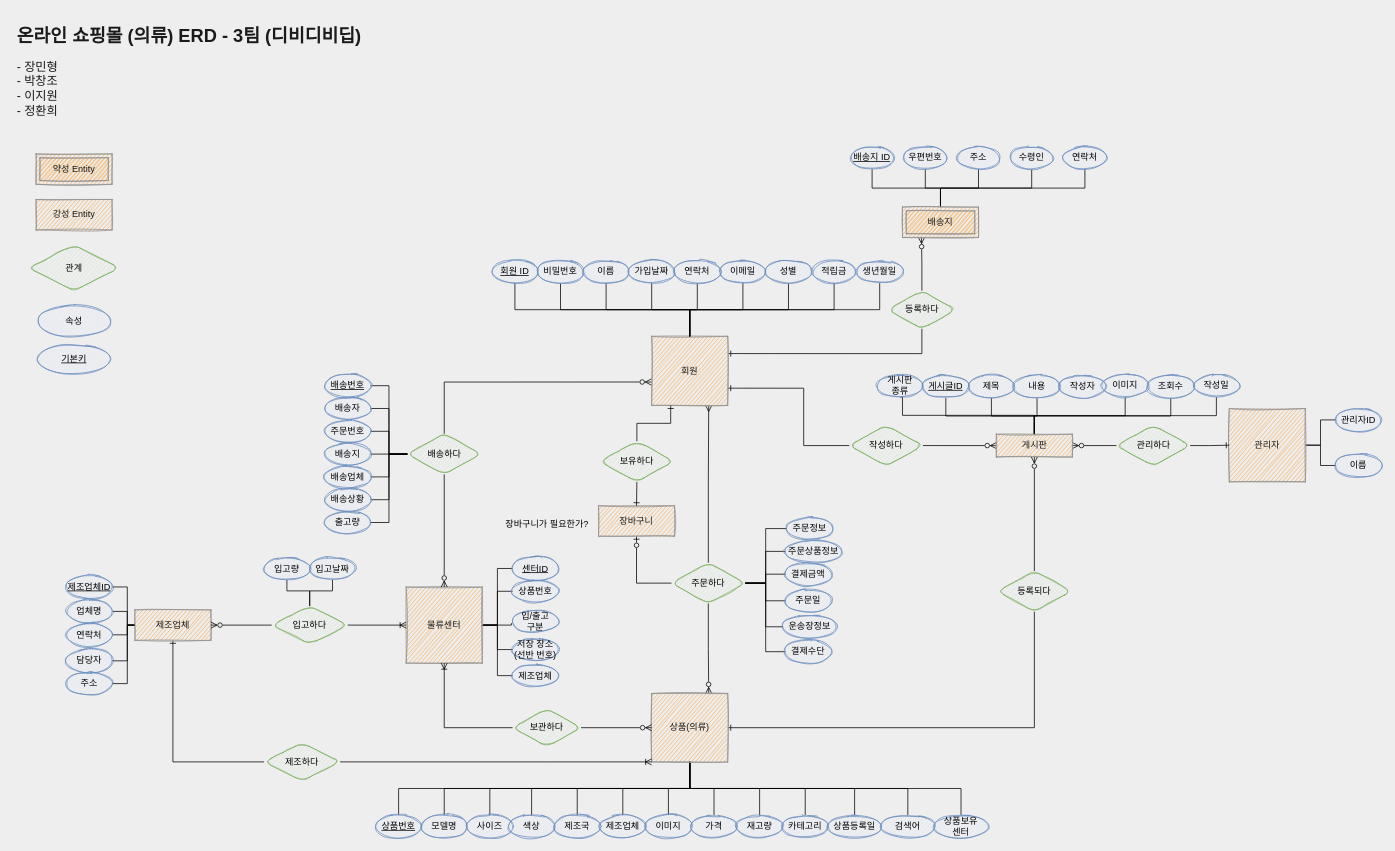
The draw.io diagram page "새로만든ER" (3 of 3) of Untitled Diagram.drawio in pcjo1202/DataBase-design, before the edit. Source tidied: cells renumbered, new cells numbered last; positions are measured from the earlier drawing's top-left corner, leaving out a move shared by most shapes. Both pictures are drawn from the tidied source at 76%, with x=0, y=0 at pixel (13, 21).
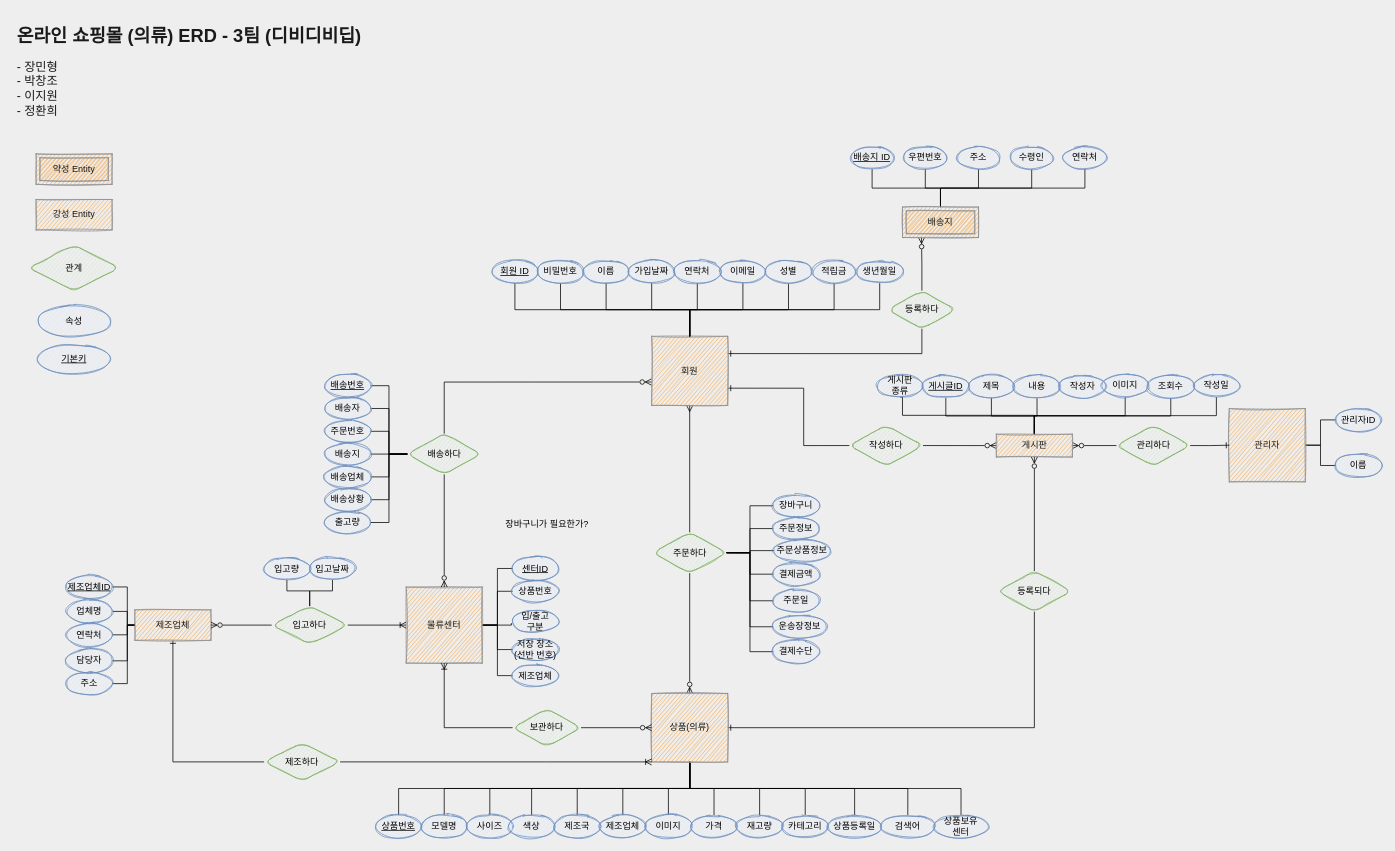
The same diagram, later.

Unchanged cells that the change refers to:
```xml
<mxCell id="29" value="회원" style="whiteSpace=wrap;html=1;align=center;rounded=0;sketch=1;fontColor=#1A1A1A;strokeColor=#909090;fillColor=#F5AB50;" parent="1" vertex="1">
  <mxGeometry x="840" y="415" width="100" height="91" as="geometry" />
</mxCell>
<mxCell id="44" value="상품(의류)" style="whiteSpace=wrap;html=1;align=center;rounded=0;sketch=1;fontColor=#1A1A1A;strokeColor=#909090;fillColor=#F5AB50;direction=west;" parent="1" vertex="1">
  <mxGeometry x="840" y="885" width="100" height="90" as="geometry" />
</mxCell>
```

Change to the diagram source:
```diff
@@
+    <mxCell id="8" style="edgeStyle=orthogonalEdgeStyle;rounded=0;jettySize=auto;html=1;exitX=0.5;exitY=0;exitDx=0;exitDy=0;entryX=0.5;entryY=1;entryDx=0;entryDy=0;endArrow=ERmany;endFill=0;" parent="1" edge="1" source="12" target="29">
+      <mxGeometry relative="1" as="geometry" />
+    </mxCell>
+    <mxCell id="9" style="edgeStyle=orthogonalEdgeStyle;rounded=0;jettySize=auto;html=1;exitX=0.5;exitY=1;exitDx=0;exitDy=0;endArrow=ERzeroToMany;endFill=0;" parent="1" edge="1" source="12" target="44">
+      <mxGeometry relative="1" as="geometry" />
+    </mxCell>
+    <mxCell id="10" style="edgeStyle=orthogonalEdgeStyle;rounded=0;jettySize=auto;html=1;exitX=1;exitY=0.5;exitDx=0;exitDy=0;entryX=0;entryY=0.5;entryDx=0;entryDy=0;endArrow=none;endFill=0;" parent="1" edge="1" source="12" target="140">
+      <mxGeometry relative="1" as="geometry" />
+    </mxCell>
-    <mxCell id="3" style="edgeStyle=orthogonalEdgeStyle;jettySize=auto;html=1;exitX=1;exitY=0.5;exitDx=0;exitDy=0;entryX=0;entryY=0.5;entryDx=0;entryDy=0;endArrow=none;endFill=0;rounded=0;" parent="1" edge="1" source="12" target="122">
-      <mxGeometry relative="1" as="geometry">
-        <Array as="points">
-          <mxPoint x="990" y="740" />
-          <mxPoint x="990" y="668" />
-        </Array>
-      </mxGeometry>
+    <mxCell id="3" style="edgeStyle=orthogonalEdgeStyle;rounded=0;jettySize=auto;html=1;exitX=1;exitY=0.5;exitDx=0;exitDy=0;entryX=0;entryY=0.5;entryDx=0;entryDy=0;endArrow=none;endFill=0;" parent="1" edge="1" source="12" target="122">
+      <mxGeometry relative="1" as="geometry" />
     </mxCell>
-    <mxCell id="4" style="edgeStyle=orthogonalEdgeStyle;jettySize=auto;html=1;exitX=1;exitY=0.5;exitDx=0;exitDy=0;entryX=0;entryY=0.5;entryDx=0;entryDy=0;endArrow=none;endFill=0;rounded=0;" parent="1" edge="1" source="12" target="124">
-      <mxGeometry relative="1" as="geometry">
-        <Array as="points">
-          <mxPoint x="990" y="740" />
-          <mxPoint x="990" y="728" />
-        </Array>
-      </mxGeometry>
+    <mxCell id="4" style="edgeStyle=orthogonalEdgeStyle;rounded=0;jettySize=auto;html=1;exitX=1;exitY=0.5;exitDx=0;exitDy=0;entryX=0;entryY=0.5;entryDx=0;entryDy=0;endArrow=none;endFill=0;" parent="1" edge="1" source="12" target="124">
+      <mxGeometry relative="1" as="geometry" />
     </mxCell>
-    <mxCell id="5" style="edgeStyle=orthogonalEdgeStyle;jettySize=auto;html=1;exitX=1;exitY=0.5;exitDx=0;exitDy=0;entryX=0;entryY=0.5;entryDx=0;entryDy=0;endArrow=none;endFill=0;rounded=0;" parent="1" edge="1" source="12" target="123">
-      <mxGeometry relative="1" as="geometry">
-        <Array as="points">
-          <mxPoint x="990" y="740" />
-          <mxPoint x="990" y="763" />
-        </Array>
-      </mxGeometry>
+    <mxCell id="5" style="edgeStyle=orthogonalEdgeStyle;rounded=0;jettySize=auto;html=1;exitX=1;exitY=0.5;exitDx=0;exitDy=0;entryX=0;entryY=0.5;entryDx=0;entryDy=0;endArrow=none;endFill=0;" parent="1" edge="1" source="12" target="123">
+      <mxGeometry relative="1" as="geometry" />
     </mxCell>
-    <mxCell id="6" style="edgeStyle=orthogonalEdgeStyle;jettySize=auto;html=1;exitX=1;exitY=0.5;exitDx=0;exitDy=0;entryX=0;entryY=0.5;entryDx=0;entryDy=0;endArrow=none;endFill=0;rounded=0;" parent="1" edge="1" source="12" target="125">
-      <mxGeometry relative="1" as="geometry">
-        <Array as="points">
-          <mxPoint x="990" y="740" />
-          <mxPoint x="990" y="797" />
-        </Array>
-      </mxGeometry>
+    <mxCell id="6" style="edgeStyle=orthogonalEdgeStyle;rounded=0;jettySize=auto;html=1;exitX=1;exitY=0.5;exitDx=0;exitDy=0;entryX=0;entryY=0.5;entryDx=0;entryDy=0;endArrow=none;endFill=0;" parent="1" edge="1" source="12" target="125">
+      <mxGeometry relative="1" as="geometry" />
     </mxCell>
-    <mxCell id="7" style="edgeStyle=orthogonalEdgeStyle;jettySize=auto;html=1;exitX=1;exitY=0.5;exitDx=0;exitDy=0;entryX=0;entryY=0.5;entryDx=0;entryDy=0;endArrow=none;endFill=0;rounded=0;" parent="1" edge="1" source="12" target="126">
-      <mxGeometry relative="1" as="geometry">
-        <Array as="points">
-          <mxPoint x="990" y="740" />
-          <mxPoint x="990" y="830" />
-        </Array>
-      </mxGeometry>
+    <mxCell id="7" style="edgeStyle=orthogonalEdgeStyle;rounded=0;jettySize=auto;html=1;exitX=1;exitY=0.5;exitDx=0;exitDy=0;entryX=0;entryY=0.5;entryDx=0;entryDy=0;endArrow=none;endFill=0;" parent="1" edge="1" source="12" target="126">
+      <mxGeometry relative="1" as="geometry" />
     </mxCell>
-    <mxCell id="8" style="edgeStyle=orthogonalEdgeStyle;rounded=0;jettySize=auto;html=1;exitX=0.5;exitY=0;exitDx=0;exitDy=0;entryX=0.75;entryY=1;entryDx=0;entryDy=0;endArrow=ERmany;endFill=0;" parent="1" edge="1" source="12" target="29">
-      <mxGeometry relative="1" as="geometry" />
-    </mxCell>
-    <mxCell id="9" style="edgeStyle=orthogonalEdgeStyle;rounded=0;jettySize=auto;html=1;exitX=0.5;exitY=1;exitDx=0;exitDy=0;entryX=0.25;entryY=1;entryDx=0;entryDy=0;endArrow=ERzeroToMany;endFill=0;" parent="1" edge="1" source="12" target="44">
-      <mxGeometry relative="1" as="geometry" />
-    </mxCell>
-    <mxCell id="10" style="edgeStyle=orthogonalEdgeStyle;rounded=0;jettySize=auto;html=1;exitX=0;exitY=0.5;exitDx=0;exitDy=0;entryX=0.5;entryY=1;entryDx=0;entryDy=0;endArrow=ERzeroToOne;endFill=0;" parent="1" edge="1" source="12" target="140">
-      <mxGeometry relative="1" as="geometry" />
-    </mxCell>
-    <mxCell id="11" style="edgeStyle=orthogonalEdgeStyle;rounded=0;jettySize=auto;html=1;exitX=1;exitY=0.5;exitDx=0;exitDy=0;entryX=0;entryY=0.5;entryDx=0;entryDy=0;startArrow=none;startFill=0;endArrow=none;endFill=0;" parent="1" edge="1" source="12" target="165">
-      <mxGeometry relative="1" as="geometry">
-        <Array as="points">
-          <mxPoint x="990" y="740" />
-          <mxPoint x="990" y="698" />
-        </Array>
-      </mxGeometry>
+    <mxCell id="11" style="edgeStyle=orthogonalEdgeStyle;rounded=0;jettySize=auto;html=1;exitX=1;exitY=0.5;exitDx=0;exitDy=0;entryX=0;entryY=0.5;entryDx=0;entryDy=0;endArrow=none;endFill=0;" parent="1" edge="1" source="12" target="165">
+      <mxGeometry relative="1" as="geometry" />
     </mxCell>
     <mxCell id="12" value="주문하다" style="shape=rhombus;perimeter=rhombusPerimeter;whiteSpace=wrap;html=1;align=center;fillColor=#d5e8d4;strokeColor=#82b366;sketch=1;rounded=1;" parent="1" vertex="1">
-      <mxGeometry x="866" y="713" width="97" height="53.5" as="geometry" />
+      <mxGeometry x="841.5" y="673" width="97" height="53.5" as="geometry" />
     </mxCell>
@@
     <mxCell id="122" value="주문정보" style="ellipse;whiteSpace=wrap;html=1;align=center;rounded=0;sketch=1;strokeColor=#6c8ebf;fillColor=#dae8fc;" parent="1" vertex="1">
-      <mxGeometry x="1018" y="653" width="60" height="30" as="geometry" />
+      <mxGeometry x="1000" y="653" width="60" height="30" as="geometry" />
     </mxCell>
     <mxCell id="123" value="주문일" style="ellipse;whiteSpace=wrap;html=1;align=center;rounded=0;sketch=1;strokeColor=#6c8ebf;fillColor=#dae8fc;" parent="1" vertex="1">
-      <mxGeometry x="1016" y="748" width="60" height="30" as="geometry" />
+      <mxGeometry x="1000" y="748" width="60" height="30" as="geometry" />
     </mxCell>
     <mxCell id="124" value="결제금액" style="ellipse;whiteSpace=wrap;html=1;align=center;rounded=0;sketch=1;strokeColor=#6c8ebf;fillColor=#dae8fc;" parent="1" vertex="1">
-      <mxGeometry x="1016" y="713" width="60" height="30" as="geometry" />
+      <mxGeometry x="1000" y="713" width="60" height="30" as="geometry" />
     </mxCell>
     <mxCell id="125" value="운송장정보" style="ellipse;whiteSpace=wrap;html=1;align=center;rounded=0;sketch=1;strokeColor=#6c8ebf;fillColor=#dae8fc;" parent="1" vertex="1">
-      <mxGeometry x="1013" y="782.2" width="70" height="30" as="geometry" />
+      <mxGeometry x="1000" y="782.2" width="70" height="30" as="geometry" />
     </mxCell>
     <mxCell id="126" value="결제수단" style="ellipse;whiteSpace=wrap;html=1;align=center;rounded=0;sketch=1;strokeColor=#6c8ebf;fillColor=#dae8fc;" parent="1" vertex="1">
-      <mxGeometry x="1016" y="815" width="60" height="30" as="geometry" />
+      <mxGeometry x="1000" y="815" width="60" height="30" as="geometry" />
     </mxCell>
@@
-    <mxCell id="140" value="장바구니" style="whiteSpace=wrap;html=1;align=center;rounded=0;sketch=1;fontColor=#1A1A1A;strokeColor=#909090;fillColor=#F5AB50;" parent="1" vertex="1">
-      <mxGeometry x="770" y="638" width="100" height="40" as="geometry" />
-    </mxCell>
-    <mxCell id="141" style="edgeStyle=orthogonalEdgeStyle;rounded=0;jettySize=auto;html=1;exitX=0.5;exitY=1;exitDx=0;exitDy=0;entryX=0.5;entryY=0;entryDx=0;entryDy=0;endArrow=ERone;endFill=0;" parent="1" edge="1" source="143" target="140">
-      <mxGeometry relative="1" as="geometry" />
-    </mxCell>
-    <mxCell id="142" style="edgeStyle=orthogonalEdgeStyle;rounded=0;jettySize=auto;html=1;exitX=0.5;exitY=0;exitDx=0;exitDy=0;entryX=0.25;entryY=1;entryDx=0;entryDy=0;endArrow=ERone;endFill=0;startArrow=none;startFill=0;" parent="1" edge="1" source="143" target="29">
-      <mxGeometry relative="1" as="geometry" />
-    </mxCell>
-    <mxCell id="143" value="보유하다" style="shape=rhombus;perimeter=rhombusPerimeter;whiteSpace=wrap;html=1;align=center;fillColor=#d5e8d4;strokeColor=#82b366;sketch=1;rounded=1;" parent="1" vertex="1">
-      <mxGeometry x="772" y="553" width="97" height="53.5" as="geometry" />
-    </mxCell>
@@
     <mxCell id="165" value="주문상품정보" style="ellipse;whiteSpace=wrap;html=1;align=center;rounded=0;sketch=1;strokeColor=#6c8ebf;fillColor=#dae8fc;" parent="1" vertex="1">
-      <mxGeometry x="1016" y="683" width="74" height="30" as="geometry" />
+      <mxGeometry x="1001" y="682" width="74" height="30" as="geometry" />
     </mxCell>
@@
+    <mxCell id="140" value="장바구니" style="ellipse;whiteSpace=wrap;html=1;align=center;rounded=0;sketch=1;strokeColor=#6c8ebf;fillColor=#dae8fc;" parent="1" vertex="1">
+      <mxGeometry x="1000" y="623" width="60" height="30" as="geometry" />
+    </mxCell>
```
